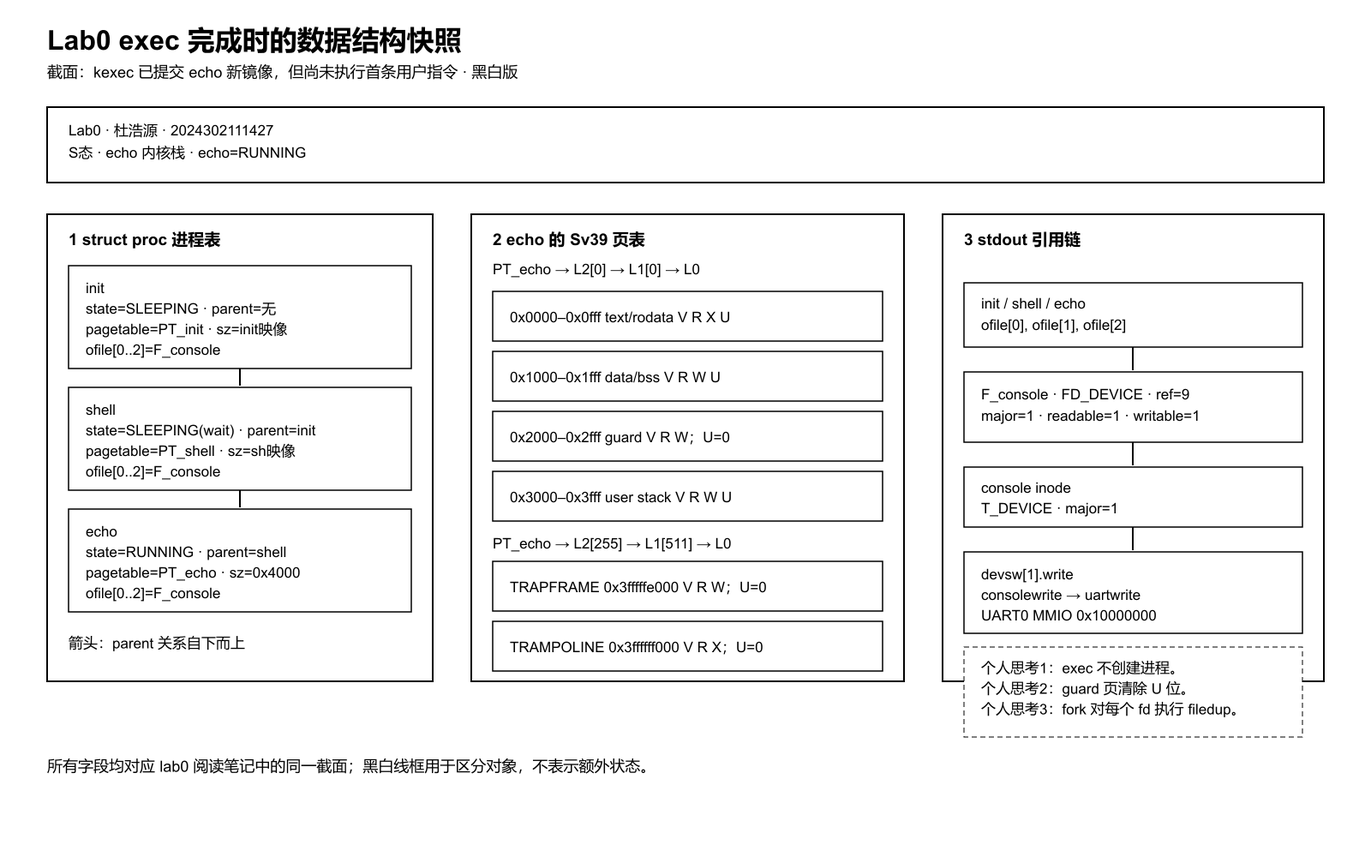
hoyuand/2024302111427 keeps this Mermaid diagram as teacher-check/lab0/images/02-exec-state-snapshot.png. Above is the earlier version. Its source is kept beside it as teacher-check/lab0/images/02-exec-state-snapshot.mmd. The source it was exported from:
```mermaid
%%{init: {"theme":"base","themeVariables":{"fontFamily":"Arial, Microsoft YaHei, sans-serif","primaryColor":"#ffffff","primaryTextColor":"#000000","primaryBorderColor":"#000000","lineColor":"#000000","secondaryColor":"#ffffff","tertiaryColor":"#ffffff"},"flowchart":{"nodeSpacing":30,"rankSpacing":44,"curve":"linear"}}}%%
flowchart LR
  classDef plain fill:#ffffff,stroke:#000000,color:#000000,stroke-width:1.5px
  classDef note fill:#ffffff,stroke:#000000,color:#000000,stroke-width:1px,stroke-dasharray:4 3
  moment["Lab0 | 杜浩源 | 2024302111427\n截面：kexec提交echo新镜像，尚未执行首条用户指令\nS态 | echo内核栈 | echo=RUNNING"]:::plain
  subgraph PROCS[1 struct proc]
    direction TB
    init["init\nstate=SLEEPING | parent=无\npagetable=PT_init | sz=init映像\nofile[0..2]=F_console"]:::plain
    shell["shell\nstate=SLEEPING(wait) | parent=init\npagetable=PT_shell | sz=sh映像\nofile[0..2]=F_console"]:::plain
    echo["echo\nstate=RUNNING | parent=shell\npagetable=PT_echo | sz=0x4000\nofile[0..2]=F_console"]:::plain
    echo -->|parent| shell -->|parent| init
  end
  subgraph SV39[2 echo的 Sv39 页表]
    direction TB
    pt["PT_echo 根页表 L2"]:::plain
    low["L2[0] → L1[0] → L0"]:::plain
    p0["0x0000–0x0fff text/rodata\nV R X U"]:::plain
    p1["0x1000–0x1fff data/bss\nV R W U"]:::plain
    p2["0x2000–0x2fff guard\nV R W；U=0"]:::plain
    p3["0x3000–0x3fff user stack\nV R W U"]:::plain
    high["L2[255] → L1[511] → L0"]:::plain
    tf["TRAPFRAME\n0x3fffffe000 | V R W；U=0"]:::plain
    tr["TRAMPOLINE\n0x3ffffff000 | V R X；U=0"]:::plain
    pt --> low --> p0
    low --> p1
    low --> p2
    low --> p3
    pt --> high --> tf
    high --> tr
  end
  subgraph FILES[3 stdout 引用链]
    direction TB
    ofs["init/shell/echo\nofile[0], ofile[1], ofile[2]"]:::plain
    fc["F_console\nFD_DEVICE | ref=9 | major=1"]:::plain
    ino["console inode\nT_DEVICE | major=1"]:::plain
    dev["devsw[1].write\nconsolewrite → uartwrite\nUART0 MMIO 0x10000000"]:::plain
    ofs -->|9个fd引用| fc -->|ip| ino
    fc -->|major索引| dev
  end
  moment --> echo
  echo --> pt
  echo --> ofs
  n1["个人思考1：exec 不创建进程；PID、parent、ofile 不变。"]:::note
  n2["个人思考2：guard 页保留映射但清除 U 位。"]:::note
  n3["个人思考3：fork 对每个 fd 调用 filedup，引用计数仍准确。"]:::note
  echo -.-> n1
  p2 -.-> n2
  fc -.-> n3
```
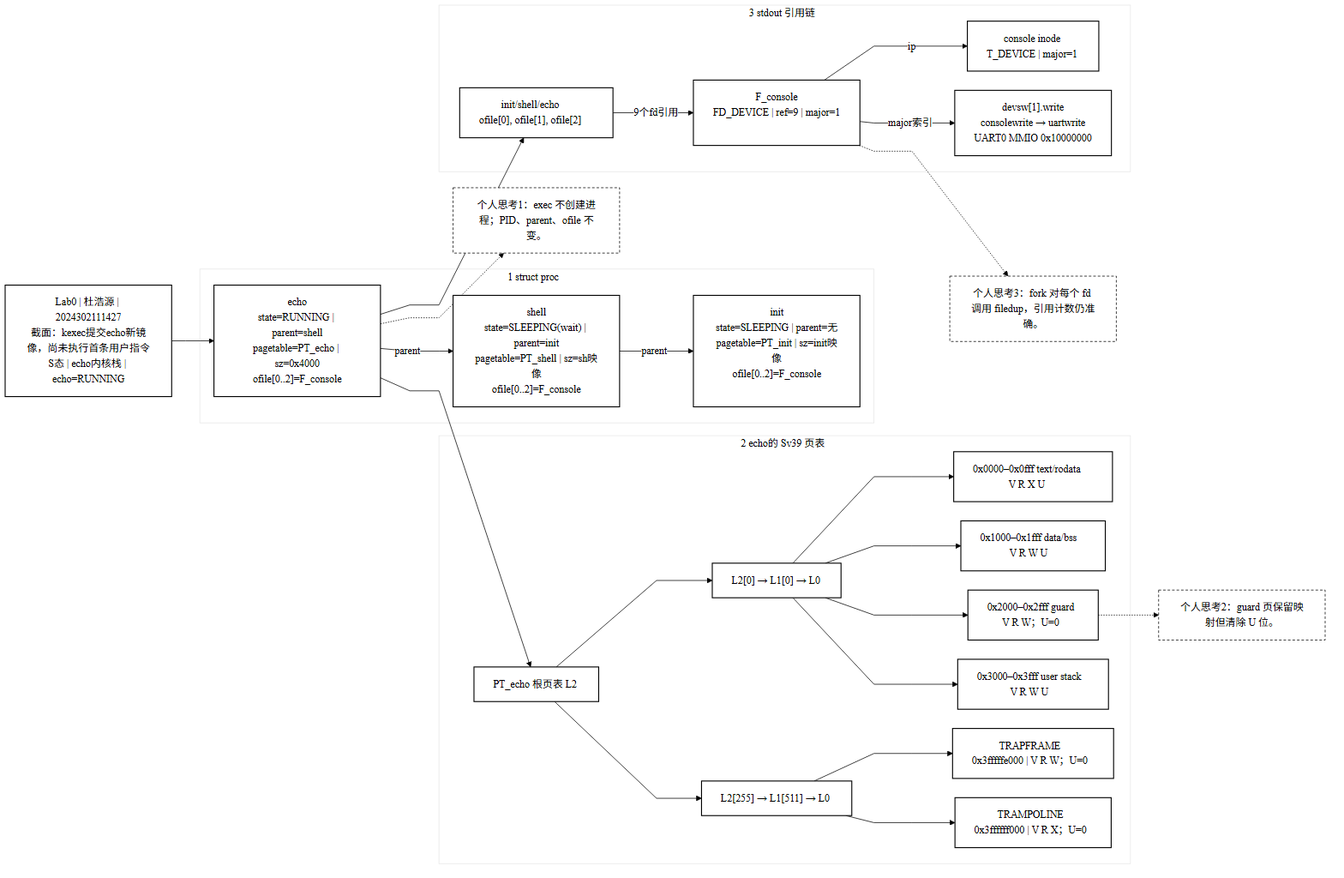
The same diagram one commit later.

Change to the diagram source:
```diff
@@ -2,25 +2,25 @@
 flowchart LR
   classDef plain fill:#ffffff,stroke:#000000,color:#000000,stroke-width:1.5px
   classDef note fill:#ffffff,stroke:#000000,color:#000000,stroke-width:1px,stroke-dasharray:4 3
-  moment["Lab0 | 杜浩源 | 2024302111427\n截面：kexec提交echo新镜像，尚未执行首条用户指令\nS态 | echo内核栈 | echo=RUNNING"]:::plain
+  moment["Lab0 | 杜浩源 | 2024302111427<br/>截面：kexec提交echo新镜像，尚未执行首条用户指令<br/>S态 | echo内核栈 | echo=RUNNING"]:::plain
   subgraph PROCS[1 struct proc]
     direction TB
-    init["init\nstate=SLEEPING | parent=无\npagetable=PT_init | sz=init映像\nofile[0..2]=F_console"]:::plain
-    shell["shell\nstate=SLEEPING(wait) | parent=init\npagetable=PT_shell | sz=sh映像\nofile[0..2]=F_console"]:::plain
-    echo["echo\nstate=RUNNING | parent=shell\npagetable=PT_echo | sz=0x4000\nofile[0..2]=F_console"]:::plain
+    init["init<br/>state=SLEEPING | parent=无<br/>pagetable=PT_init | sz=init映像<br/>ofile[0..2]=F_console"]:::plain
+    shell["shell<br/>state=SLEEPING(wait) | parent=init<br/>pagetable=PT_shell | sz=sh映像<br/>ofile[0..2]=F_console"]:::plain
+    echo["echo<br/>state=RUNNING | parent=shell<br/>pagetable=PT_echo | sz=0x4000<br/>ofile[0..2]=F_console"]:::plain
     echo -->|parent| shell -->|parent| init
   end
   subgraph SV39[2 echo的 Sv39 页表]
     direction TB
     pt["PT_echo 根页表 L2"]:::plain
     low["L2[0] → L1[0] → L0"]:::plain
-    p0["0x0000–0x0fff text/rodata\nV R X U"]:::plain
-    p1["0x1000–0x1fff data/bss\nV R W U"]:::plain
-    p2["0x2000–0x2fff guard\nV R W；U=0"]:::plain
-    p3["0x3000–0x3fff user stack\nV R W U"]:::plain
+    p0["0x0000–0x0fff text/rodata<br/>V R X U"]:::plain
+    p1["0x1000–0x1fff data/bss<br/>V R W U"]:::plain
+    p2["0x2000–0x2fff guard<br/>V R W；U=0"]:::plain
+    p3["0x3000–0x3fff user stack<br/>V R W U"]:::plain
     high["L2[255] → L1[511] → L0"]:::plain
-    tf["TRAPFRAME\n0x3fffffe000 | V R W；U=0"]:::plain
-    tr["TRAMPOLINE\n0x3ffffff000 | V R X；U=0"]:::plain
+    tf["TRAPFRAME<br/>0x3fffffe000 | V R W；U=0"]:::plain
+    tr["TRAMPOLINE<br/>0x3ffffff000 | V R X；U=0"]:::plain
     pt --> low --> p0
     low --> p1
     low --> p2
@@ -30,10 +30,10 @@
   end
   subgraph FILES[3 stdout 引用链]
     direction TB
-    ofs["init/shell/echo\nofile[0], ofile[1], ofile[2]"]:::plain
-    fc["F_console\nFD_DEVICE | ref=9 | major=1"]:::plain
-    ino["console inode\nT_DEVICE | major=1"]:::plain
-    dev["devsw[1].write\nconsolewrite → uartwrite\nUART0 MMIO 0x10000000"]:::plain
+    ofs["init/shell/echo<br/>ofile[0], ofile[1], ofile[2]"]:::plain
+    fc["F_console<br/>FD_DEVICE | ref=9 | major=1"]:::plain
+    ino["console inode<br/>T_DEVICE | major=1"]:::plain
+    dev["devsw[1].write<br/>consolewrite → uartwrite<br/>UART0 MMIO 0x10000000"]:::plain
     ofs -->|9个fd引用| fc -->|ip| ino
     fc -->|major索引| dev
   end
```
